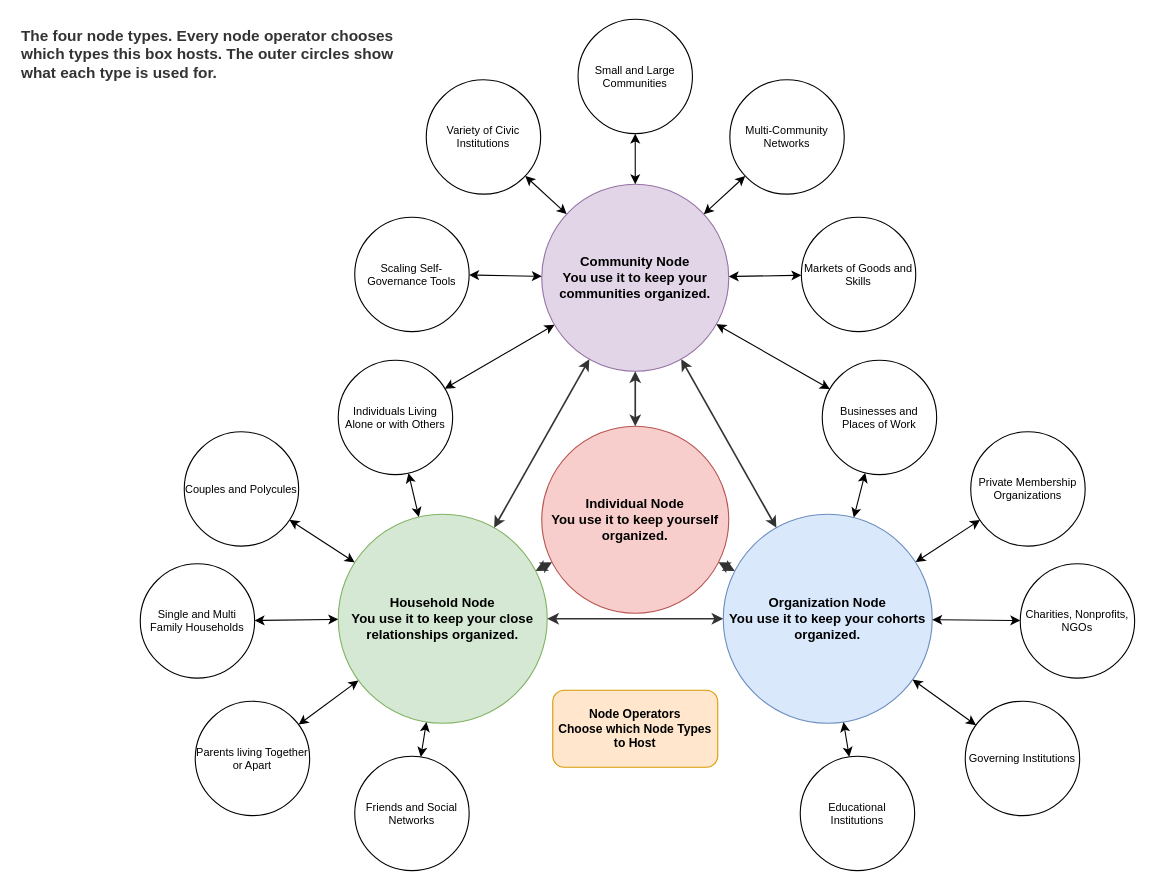
The draw.io diagram page "1 Node types" (1 of 4) of docs/architecture/NODE_PARADIGM.drawio in CosmopolitanCoalition/fair-constitution-app, before the edit. Source tidied: cells renumbered, new cells numbered last; positions are measured from the earlier drawing's top-left corner, leaving out a move shared by most shapes. Both pictures are drawn from the tidied source at 110%, with x=0, y=0 at pixel (19, 19).
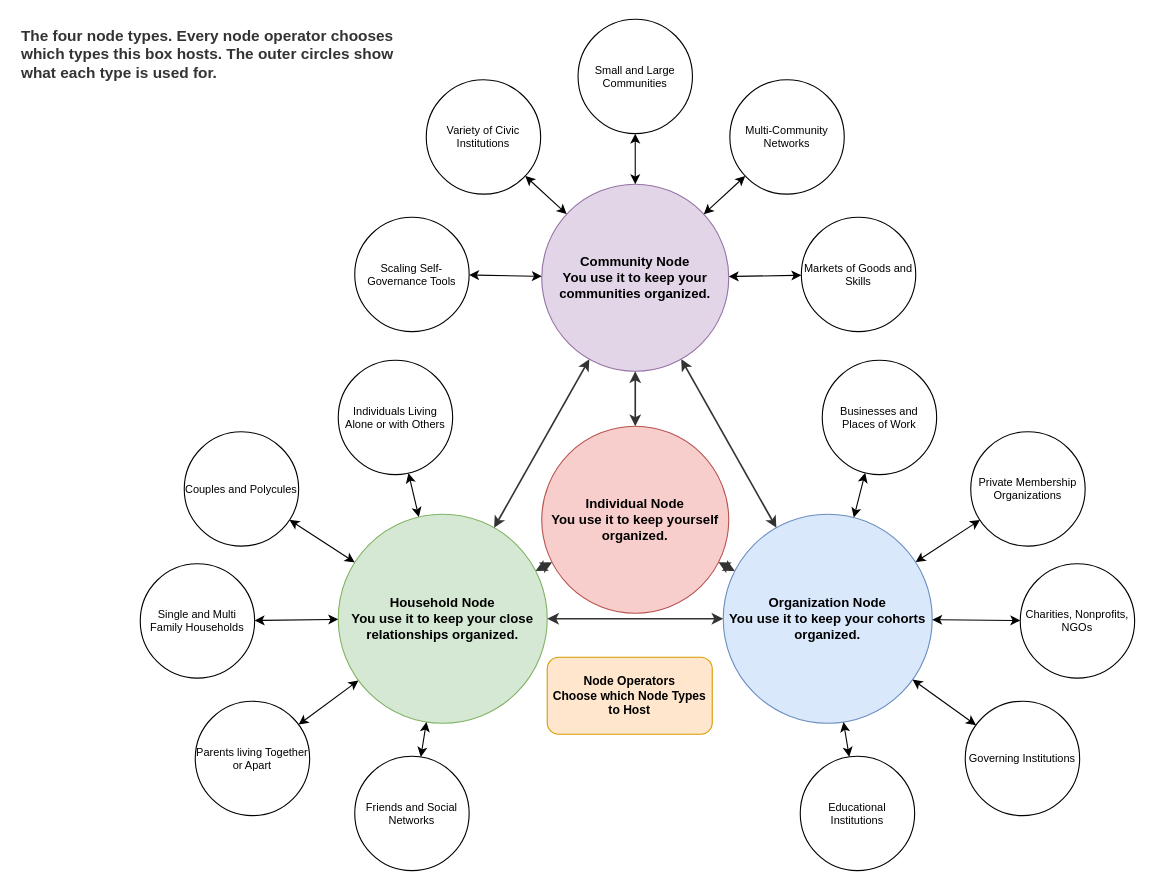
The same diagram, later.

Unchanged cells that the change refers to:
```xml
<mxCell id="3" value="Community Node&lt;br&gt;You use it to keep your communities organized." style="ellipse;whiteSpace=wrap;html=1;fillColor=#e1d5e7;strokeColor=#9673a6;fontSize=12;align=center;verticalAlign=middle;fontStyle=1;" parent="1" vertex="1">
  <mxGeometry x="475" y="150" width="170" height="170" as="geometry" />
</mxCell>
<mxCell id="18" value="Individuals Living Alone or with Others" style="ellipse;whiteSpace=wrap;html=1;fillColor=#ffffff;strokeColor=#000000;fontSize=10;align=center;verticalAlign=middle;" parent="1" vertex="1">
  <mxGeometry x="290" y="310" width="104" height="104" as="geometry" />
</mxCell>
<mxCell id="23" value="Businesses and Places of Work" style="ellipse;whiteSpace=wrap;html=1;fillColor=#ffffff;strokeColor=#000000;fontSize=10;align=center;verticalAlign=middle;" parent="1" vertex="1">
  <mxGeometry x="730" y="310" width="104" height="104" as="geometry" />
</mxCell>
```

Change to the diagram source:
```diff
@@
     <mxCell id="28" value="Node Operators&lt;br&gt;Choose which Node Types to Host" style="rounded=1;whiteSpace=wrap;html=1;fillColor=#ffe6cc;strokeColor=#d79b00;fontSize=11;align=center;verticalAlign=middle;fontStyle=1;" parent="1" vertex="1">
-      <mxGeometry x="485" y="610" width="150" height="70" as="geometry" />
+      <mxGeometry x="480" y="580" width="150" height="70" as="geometry" />
     </mxCell>
@@
-    <mxCell id="36" style="endArrow=classic;startArrow=classic;html=1;rounded=0;" parent="1" edge="1" source="3" target="23">
-      <mxGeometry relative="1" as="geometry" />
-    </mxCell>
@@
-    <mxCell id="45" style="endArrow=classic;startArrow=classic;html=1;rounded=0;" parent="1" edge="1" source="18" target="3">
-      <mxGeometry relative="1" as="geometry" />
-    </mxCell>
```
